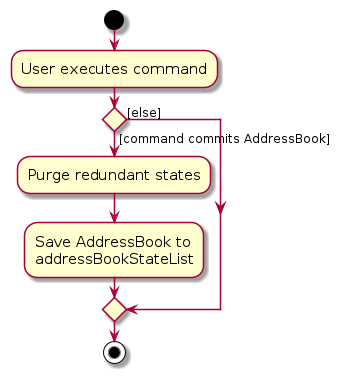
Before: diagrams/CommitActivityDiagram.png, a diagram exported from PlantUML (AY2627S1-CS2103T-W14-4/tp). Its source is kept beside it as diagrams/CommitActivityDiagram.puml.
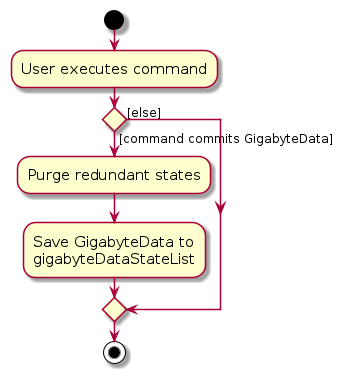
After the commit.

Change to the diagram source:
```diff
@@ -6,10 +6,10 @@
 :User executes command;
 
 
-if () then ([command commits AddressBook])
+if () then ([command commits GigabyteData])
     :Purge redundant states;
-    :Save AddressBook to
-    addressBookStateList;
+    :Save GigabyteData to
+    gigabyteDataStateList;
 else ([else])
 endif
 stop
```
